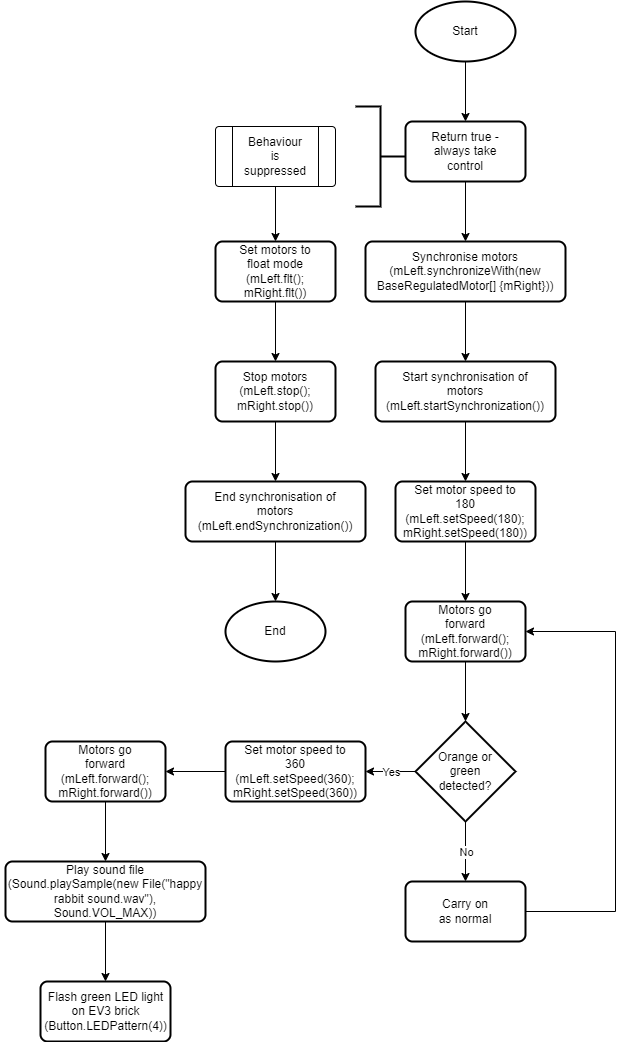
The draw.io diagram Final submission/Behaviour control flow/WalkaboutControlFlow.png in XLmT09/Bunny-Robot, before a commit. Source tidied: cells renumbered, new cells last; positions are measured from the earlier drawing's top-left corner, leaving out a move shared by most shapes.
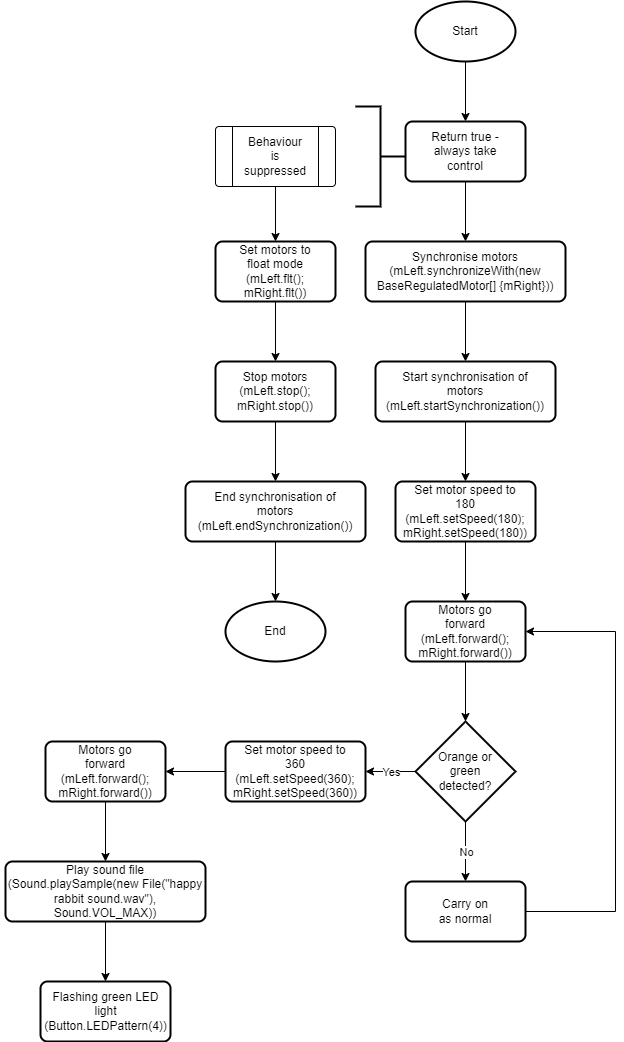
Later version of the same file.

Diff of the diagram source:
```diff
@@ -203,7 +203,7 @@
     <mxCell id="66" style="rounded=1;whiteSpace=wrap;html=1;absoluteArcSize=1;arcSize=14;strokeWidth=2;" parent="65" vertex="1">
       <mxGeometry width="130" height="60" as="geometry" />
     </mxCell>
-    <mxCell id="67" value="Flash green LED light on EV3 brick (Button.LEDPattern(4))" style="text;html=1;strokeColor=none;fillColor=none;align=center;verticalAlign=middle;whiteSpace=wrap;rounded=0;" parent="65" vertex="1">
+    <mxCell id="67" value="Flashing green LED light (Button.LEDPattern(4))" style="text;html=1;strokeColor=none;fillColor=none;align=center;verticalAlign=middle;whiteSpace=wrap;rounded=0;" parent="65" vertex="1">
       <mxGeometry x="32.5" y="15" width="65" height="30" as="geometry" />
     </mxCell>
     <mxCell id="68" style="endArrow=classic;html=1;rounded=0;entryX=0.5;entryY=0;entryDx=0;entryDy=0;exitX=0.5;exitY=1;exitDx=0;exitDy=0;" parent="1" edge="1" source="62" target="66">
```
